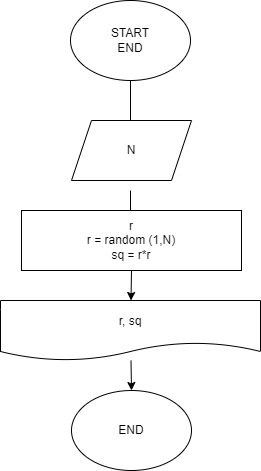
The draw.io diagram exp001.drawio.png in MaminovaVera/practic_temp, before a commit. Source tidied: cells renumbered, new cells last; positions are measured from the earlier drawing's top-left corner, leaving out a move shared by most shapes.
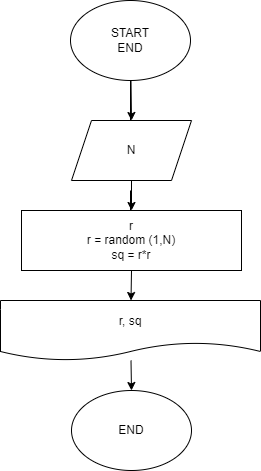
After the commit.

Commit message:
Показать на экран случайное число, а затем квадрат числа

Change to the diagram source:
```diff
@@ -7,6 +7,9 @@
         <mxPoint x="130" y="130" as="targetPoint" />
       </mxGeometry>
     </mxCell>
+    <mxCell id="11" style="edgeStyle=none;html=1;entryX=0.5;entryY=0;entryDx=0;entryDy=0;" parent="1" edge="1" source="3" target="5">
+      <mxGeometry relative="1" as="geometry" />
+    </mxCell>
     <mxCell id="3" value="START&lt;br&gt;END" style="ellipse;whiteSpace=wrap;html=1;" parent="1" vertex="1">
       <mxGeometry x="70" width="120" height="80" as="geometry" />
     </mxCell>
@@ -16,6 +19,11 @@
         <mxPoint x="130" y="230" as="targetPoint" />
       </mxGeometry>
     </mxCell>
+    <mxCell id="12" style="edgeStyle=none;html=1;exitX=0.5;exitY=1;exitDx=0;exitDy=0;" parent="1" edge="1" source="5">
+      <mxGeometry relative="1" as="geometry">
+        <mxPoint x="131" y="210" as="targetPoint" />
+      </mxGeometry>
+    </mxCell>
     <mxCell id="5" value="N" style="shape=parallelogram;perimeter=parallelogramPerimeter;whiteSpace=wrap;html=1;fixedSize=1;" parent="1" vertex="1">
       <mxGeometry x="71" y="120" width="120" height="60" as="geometry" />
     </mxCell>
```
